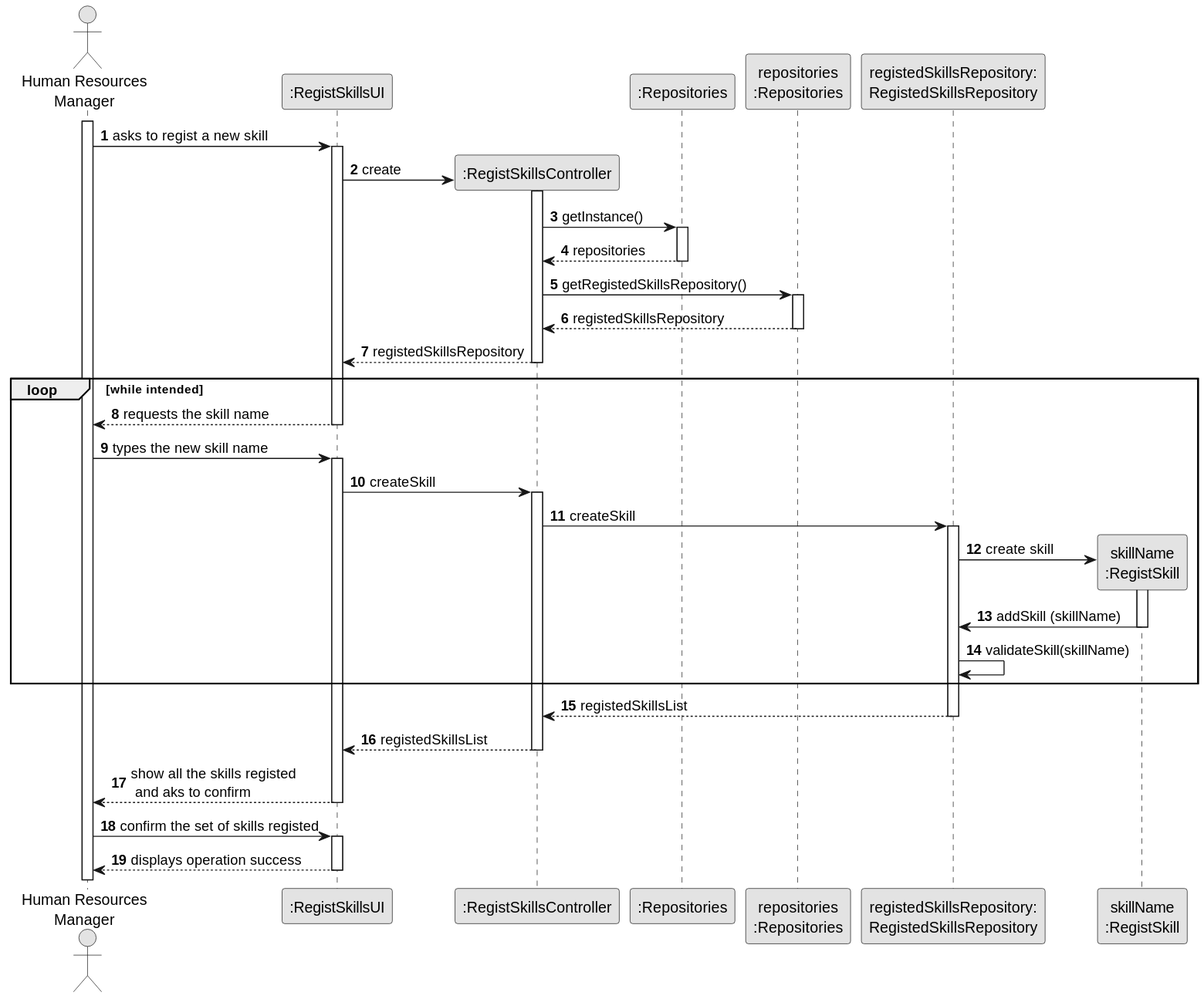
This is docs/sprint2/us001/03.design/svg/us001-sequence-diagram-full.svg from 1231360-ISEP/lei-24-s2-1db-g021, a PlantUML export, as it was before one commit.
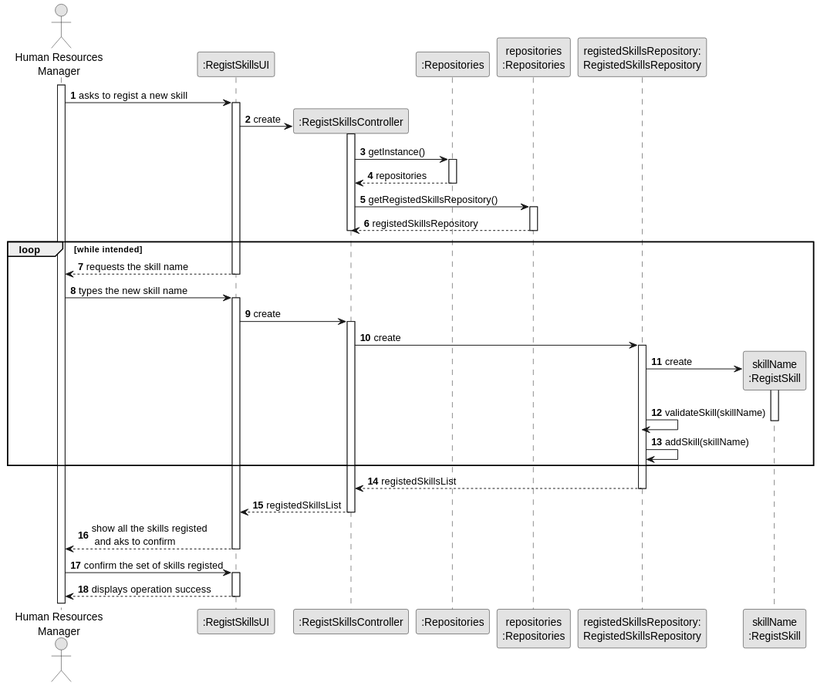
After the change.

Commit message:
Update US01 and US05 - Sequence Diagrams and SVG´s

What changed in the source:
```diff
@@ -34,28 +34,27 @@
             PLAT --> CTRL: registedSkillsRepository
         deactivate PLAT
 
-        UI <-- CTRL : registedSkillsRepository
         deactivate CTRL
 
     loop while intended
             UI --> HRM : requests the skill name
         deactivate UI
 
-        HRM -> UI : types the new skill name
+            HRM -> UI : types the new skill name
         activate UI
-            UI -> CTRL: createSkill
+
+            UI -> CTRL: create
         activate CTRL
 
-            CTRL -> RegistedSkillsRepository : createSkill
+            CTRL -> RegistedSkillsRepository : create
         activate RegistedSkillsRepository
 
-            RegistedSkillsRepository -> TAREFA**: create skill
-
+            RegistedSkillsRepository -> TAREFA**: create
         activate TAREFA
 
-        TAREFA -> RegistedSkillsRepository: addSkill (skillName)
+        RegistedSkillsRepository -> RegistedSkillsRepository: validateSkill(skillName)
         deactivate TAREFA
-            RegistedSkillsRepository -> RegistedSkillsRepository: validateSkill(skillName)
+        RegistedSkillsRepository -> RegistedSkillsRepository: addSkill(skillName)
 
     end
 
```
